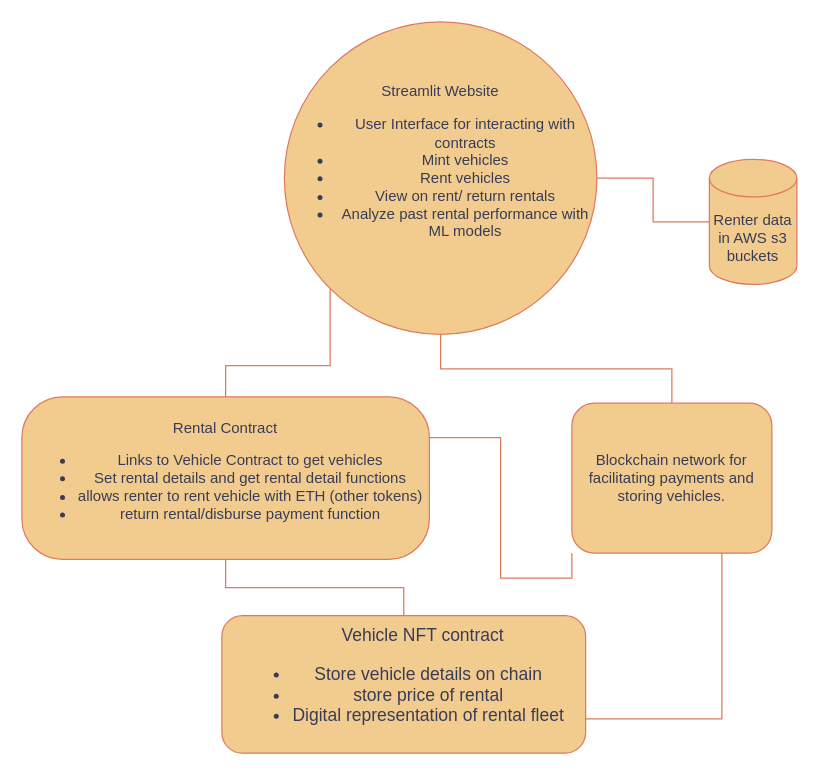
Above: Images/flowchart.drawio in zache5/Smart-Contract-Rental-System (draw.io), before the change. Source tidied: cells renumbered, new cells numbered last; positions are measured from the earlier drawing's top-left corner, leaving out a move shared by most shapes. Both pictures are drawn from the tidied source at 125%, with x=0, y=0 at pixel (21, 21).
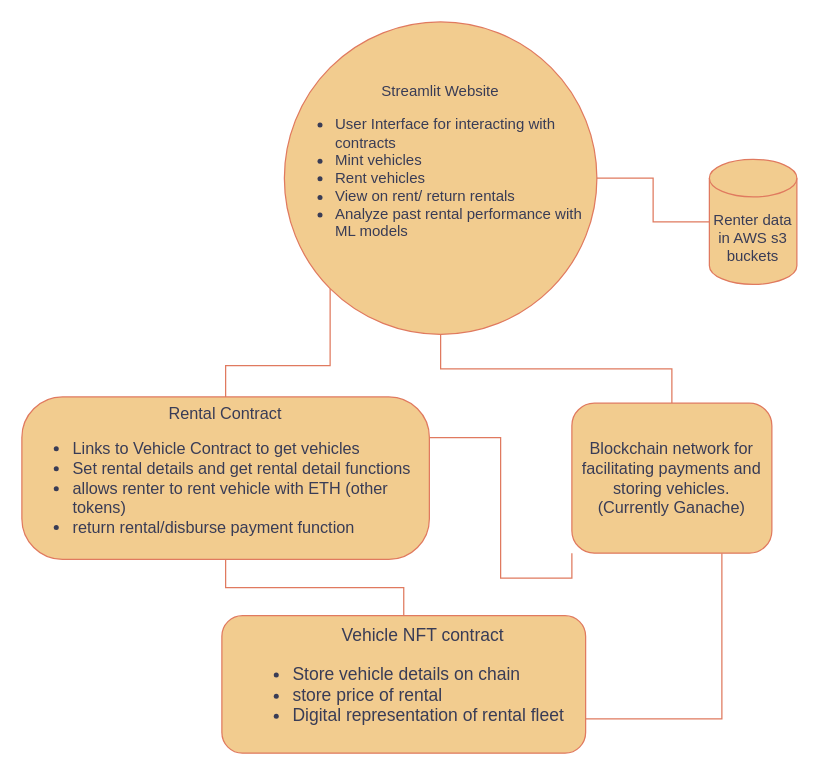
The same diagram, later.

Diff of the diagram source:
```diff
@@
 <mxGraphModel>
   <root>
     <mxCell id="0" />
     <mxCell id="1" parent="0" />
-    <mxCell id="2" value="&lt;div style=&quot;font-size: 14px;&quot;&gt;&lt;span style=&quot;background-color: initial;&quot;&gt;&lt;font style=&quot;font-size: 14px;&quot;&gt;&lt;span style=&quot;white-space: pre;&quot;&gt;&#9;&lt;/span&gt;Vehicle NFT contract&lt;/font&gt;&lt;/span&gt;&lt;/div&gt;&lt;div style=&quot;font-size: 14px;&quot;&gt;&lt;ul style=&quot;&quot;&gt;&lt;li style=&quot;&quot;&gt;&lt;font style=&quot;font-size: 14px;&quot;&gt;&lt;span style=&quot;background-color: initial;&quot;&gt;Store vehicle details on chai&lt;/span&gt;n&lt;/font&gt;&lt;/li&gt;&lt;li style=&quot;&quot;&gt;&lt;font style=&quot;font-size: 14px;&quot;&gt;store price of rental&lt;/font&gt;&lt;/li&gt;&lt;li style=&quot;&quot;&gt;&lt;font style=&quot;font-size: 14px;&quot;&gt;Digital representation of rental fleet&lt;/font&gt;&lt;/li&gt;&lt;/ul&gt;&lt;/div&gt;" style="rounded=1;whiteSpace=wrap;html=1;fontSize=12;glass=0;strokeWidth=1;shadow=0;direction=west;labelBackgroundColor=none;fillColor=#F2CC8F;strokeColor=#E07A5F;fontColor=#393C56;align=center;" parent="1" vertex="1">
+    <mxCell id="2" value="&lt;div style=&quot;font-size: 14px;&quot;&gt;&lt;span style=&quot;background-color: initial;&quot;&gt;&lt;font style=&quot;font-size: 14px;&quot;&gt;&lt;span style=&quot;white-space: pre;&quot;&gt;&#9;&lt;/span&gt;Vehicle NFT contract&lt;/font&gt;&lt;/span&gt;&lt;/div&gt;&lt;div style=&quot;font-size: 14px;&quot;&gt;&lt;ul style=&quot;&quot;&gt;&lt;li style=&quot;text-align: left;&quot;&gt;&lt;font style=&quot;font-size: 14px;&quot;&gt;&lt;span style=&quot;background-color: initial;&quot;&gt;Store vehicle details on chai&lt;/span&gt;n&lt;/font&gt;&lt;/li&gt;&lt;li style=&quot;text-align: left;&quot;&gt;&lt;font style=&quot;font-size: 14px;&quot;&gt;store price of rental&lt;/font&gt;&lt;/li&gt;&lt;li style=&quot;text-align: left;&quot;&gt;&lt;font style=&quot;font-size: 14px;&quot;&gt;Digital representation of rental fleet&lt;/font&gt;&lt;/li&gt;&lt;/ul&gt;&lt;/div&gt;" style="rounded=1;whiteSpace=wrap;html=1;fontSize=12;glass=0;strokeWidth=1;shadow=0;direction=west;labelBackgroundColor=none;fillColor=#F2CC8F;strokeColor=#E07A5F;fontColor=#393C56;align=center;" parent="1" vertex="1">
       <mxGeometry x="160" y="475" width="291" height="110" as="geometry" />
     </mxCell>
     <mxCell id="3" style="rounded=0;html=1;jettySize=auto;fontSize=11;endArrow=none;endFill=0;endSize=8;strokeWidth=1;shadow=0;labelBackgroundColor=none;edgeStyle=orthogonalEdgeStyle;strokeColor=#E07A5F;fontColor=default;startArrow=none;startFill=0;" parent="1" edge="1" source="2" target="6">
       <mxGeometry relative="1" as="geometry" />
     </mxCell>
     <mxCell id="4" style="edgeStyle=orthogonalEdgeStyle;rounded=0;jettySize=auto;html=1;exitX=1;exitY=0.25;exitDx=0;exitDy=0;entryX=0;entryY=1;entryDx=0;entryDy=0;strokeColor=#E07A5F;fontColor=#393C56;fillColor=#F2CC8F;startArrow=none;startFill=0;endArrow=none;endFill=0;" parent="1" edge="1" source="6" target="12">
       <mxGeometry relative="1" as="geometry" />
     </mxCell>
     <mxCell id="5" style="edgeStyle=orthogonalEdgeStyle;rounded=0;jettySize=auto;html=1;exitX=0.5;exitY=0;exitDx=0;exitDy=0;entryX=0;entryY=1;entryDx=0;entryDy=0;strokeColor=#E07A5F;fontColor=#393C56;fillColor=#F2CC8F;startArrow=none;startFill=0;endArrow=none;endFill=0;" parent="1" edge="1" source="6" target="8">
       <mxGeometry relative="1" as="geometry" />
     </mxCell>
-    <mxCell id="6" value="Rental Contract&lt;br&gt;&lt;ul&gt;&lt;li&gt;Links to Vehicle Contract to get vehicles&lt;/li&gt;&lt;li&gt;Set rental details and get rental detail functions&lt;/li&gt;&lt;li&gt;allows renter to rent vehicle with ETH (other tokens)&lt;/li&gt;&lt;li&gt;return rental/disburse payment function&lt;/li&gt;&lt;/ul&gt;" style="rounded=1;whiteSpace=wrap;html=1;arcSize=25;labelBackgroundColor=none;fillColor=#F2CC8F;strokeColor=#E07A5F;fontColor=#393C56;" parent="1" vertex="1">
+    <mxCell id="6" value="&lt;font style=&quot;font-size: 13px;&quot;&gt;Rental Contract&lt;br&gt;&lt;/font&gt;&lt;ul style=&quot;font-size: 13px;&quot;&gt;&lt;li style=&quot;text-align: left;&quot;&gt;&lt;font style=&quot;font-size: 13px;&quot;&gt;Links to Vehicle Contract to get vehicles&lt;/font&gt;&lt;/li&gt;&lt;li style=&quot;text-align: left;&quot;&gt;&lt;font style=&quot;font-size: 13px;&quot;&gt;Set rental details and get rental detail functions&lt;/font&gt;&lt;/li&gt;&lt;li style=&quot;text-align: left;&quot;&gt;&lt;font style=&quot;font-size: 13px;&quot;&gt;allows renter to rent vehicle with ETH (other tokens)&lt;/font&gt;&lt;/li&gt;&lt;li style=&quot;text-align: left;&quot;&gt;&lt;font style=&quot;font-size: 13px;&quot;&gt;return rental/disburse payment function&lt;/font&gt;&lt;/li&gt;&lt;/ul&gt;" style="rounded=1;whiteSpace=wrap;html=1;arcSize=25;labelBackgroundColor=none;fillColor=#F2CC8F;strokeColor=#E07A5F;fontColor=#393C56;" parent="1" vertex="1">
       <mxGeometry y="300" width="326" height="130" as="geometry" />
     </mxCell>
     <mxCell id="7" style="edgeStyle=orthogonalEdgeStyle;rounded=0;jettySize=auto;html=1;strokeColor=#E07A5F;labelBackgroundColor=none;fontColor=default;startArrow=none;startFill=0;endArrow=none;endFill=0;" parent="1" edge="1" source="8" target="12">
       <mxGeometry relative="1" as="geometry" />
     </mxCell>
-    <mxCell id="8" value="Streamlit Website&lt;br&gt;&lt;ul&gt;&lt;li&gt;User Interface for interacting with contracts&lt;/li&gt;&lt;li&gt;Mint vehicles&lt;/li&gt;&lt;li&gt;Rent vehicles&lt;/li&gt;&lt;li&gt;View on rent/ return rentals&lt;/li&gt;&lt;li&gt;Analyze past rental performance with ML models&lt;/li&gt;&lt;br&gt;&lt;/ul&gt;" style="ellipse;whiteSpace=wrap;html=1;labelBackgroundColor=none;fillColor=#F2CC8F;strokeColor=#E07A5F;fontColor=#393C56;" parent="1" vertex="1">
+    <mxCell id="8" value="Streamlit Website&lt;br&gt;&lt;ul&gt;&lt;li style=&quot;text-align: left;&quot;&gt;User Interface for interacting with contracts&lt;/li&gt;&lt;li style=&quot;text-align: left;&quot;&gt;Mint vehicles&lt;/li&gt;&lt;li style=&quot;text-align: left;&quot;&gt;Rent vehicles&lt;/li&gt;&lt;li style=&quot;text-align: left;&quot;&gt;View on rent/ return rentals&lt;/li&gt;&lt;li style=&quot;text-align: left;&quot;&gt;Analyze past rental performance with ML models&lt;/li&gt;&lt;div style=&quot;text-align: left;&quot;&gt;&lt;br&gt;&lt;/div&gt;&lt;/ul&gt;" style="ellipse;whiteSpace=wrap;html=1;labelBackgroundColor=none;fillColor=#F2CC8F;strokeColor=#E07A5F;fontColor=#393C56;" parent="1" vertex="1">
       <mxGeometry x="210" width="250" height="250" as="geometry" />
     </mxCell>
     <mxCell id="9" style="edgeStyle=orthogonalEdgeStyle;rounded=0;jettySize=auto;html=1;labelBackgroundColor=none;strokeColor=#E07A5F;fontColor=default;endArrow=none;endFill=0;startArrow=none;startFill=0;" parent="1" edge="1" source="8" target="10">
       <mxGeometry relative="1" as="geometry" />
     </mxCell>
     <mxCell id="10" value="Renter data in AWS s3 buckets" style="shape=cylinder3;whiteSpace=wrap;html=1;boundedLbl=1;backgroundOutline=1;size=15;labelBackgroundColor=none;fillColor=#F2CC8F;strokeColor=#E07A5F;fontColor=#393C56;" parent="1" vertex="1">
       <mxGeometry x="550" y="110" width="70" height="100" as="geometry" />
     </mxCell>
     <mxCell id="11" style="edgeStyle=orthogonalEdgeStyle;rounded=0;jettySize=auto;html=1;exitX=0.75;exitY=1;exitDx=0;exitDy=0;entryX=0;entryY=0.25;entryDx=0;entryDy=0;strokeColor=#E07A5F;fontColor=#393C56;fillColor=#F2CC8F;startArrow=none;startFill=0;endArrow=none;endFill=0;" parent="1" edge="1" source="12" target="2">
       <mxGeometry relative="1" as="geometry" />
     </mxCell>
-    <mxCell id="12" value="Blockchain network for facilitating payments and storing vehicles." style="rounded=1;whiteSpace=wrap;html=1;strokeColor=#E07A5F;fontColor=#393C56;fillColor=#F2CC8F;labelBackgroundColor=none;" parent="1" vertex="1">
+    <mxCell id="12" value="&lt;font style=&quot;font-size: 13px;&quot;&gt;Blockchain network for facilitating payments and storing vehicles.&lt;br&gt;(Currently Ganache)&lt;br&gt;&lt;/font&gt;" style="rounded=1;whiteSpace=wrap;html=1;strokeColor=#E07A5F;fontColor=#393C56;fillColor=#F2CC8F;labelBackgroundColor=none;" parent="1" vertex="1">
       <mxGeometry x="440" y="305" width="160" height="120" as="geometry" />
     </mxCell>
   </root>
 </mxGraphModel>
```
